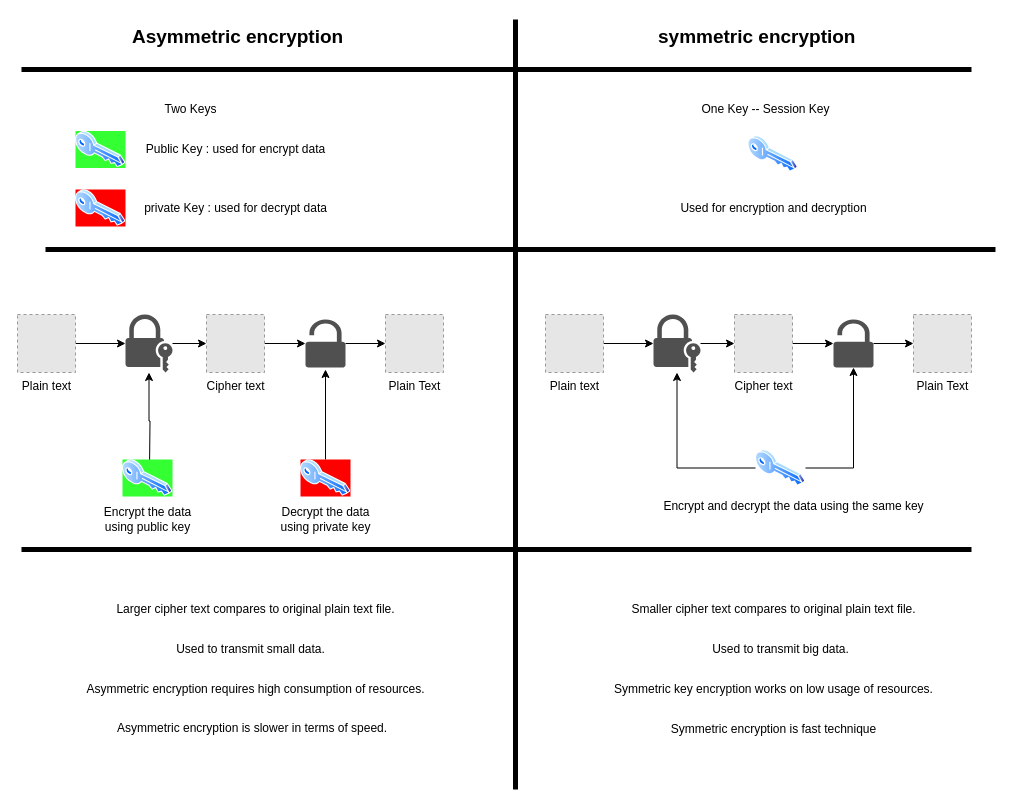
Above: page "Symetric vs Asymetric" (2 of 3) of Untitled Diagram.drawio in Mohamedmtc/Diagrams (draw.io), before the change. Source tidied: cells renumbered, new cells numbered last; positions are measured from the earlier drawing's top-left corner, leaving out a move shared by most shapes. Both pictures are drawn from the tidied source at 100%, with x=0, y=0 at pixel (17, 19). Pictures stored in the file or linked from it are replaced by grey dashed boxes.
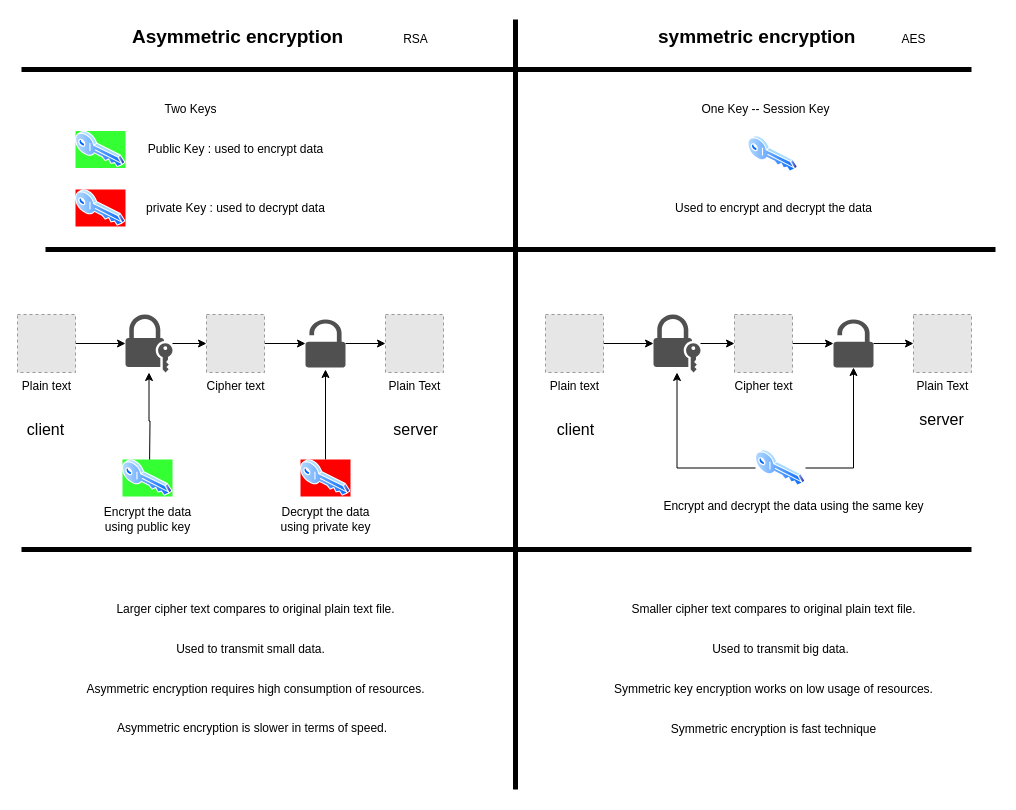
After the change.

The edit, as a diff of the source:
```diff
@@
-    <mxCell id="9" value="Public Key : used for encrypt data" style="text;html=1;align=center;verticalAlign=middle;strokeColor=none;fillColor=none;fontSize=12;" parent="1" vertex="1">
-      <mxGeometry x="118" y="120" width="200" height="20" as="geometry" />
+    <mxCell id="9" value="Public Key : used to encrypt data" style="text;html=1;align=center;verticalAlign=middle;strokeColor=none;fillColor=none;fontSize=12;" parent="1" vertex="1">
+      <mxGeometry x="123" y="120" width="190" height="20" as="geometry" />
     </mxCell>
-    <mxCell id="10" value="private Key : used for decrypt data" style="text;html=1;align=center;verticalAlign=middle;strokeColor=none;fillColor=none;fontSize=12;" parent="1" vertex="1">
-      <mxGeometry x="118" y="178.5" width="200" height="20" as="geometry" />
+    <mxCell id="10" value="private Key : used to decrypt data" style="text;html=1;align=center;verticalAlign=middle;strokeColor=none;fillColor=none;fontSize=12;" parent="1" vertex="1">
+      <mxGeometry x="123" y="178.5" width="190" height="20" as="geometry" />
     </mxCell>
-    <mxCell id="11" value="Used for encryption and decryption" style="text;html=1;align=center;verticalAlign=middle;strokeColor=none;fillColor=none;fontSize=12;" parent="1" vertex="1">
-      <mxGeometry x="655.5" y="178.5" width="200" height="20" as="geometry" />
+    <mxCell id="11" value="Used to encrypt and decrypt the data" style="text;html=1;align=center;verticalAlign=middle;strokeColor=none;fillColor=none;fontSize=12;" parent="1" vertex="1">
+      <mxGeometry x="650.5" y="178.5" width="210" height="20" as="geometry" />
     </mxCell>
@@
+    <mxCell id="52" value="client" style="text;html=1;align=center;verticalAlign=middle;strokeColor=none;fillColor=none;fontSize=16;" parent="1" vertex="1">
+      <mxGeometry x="3" y="400" width="50" height="20" as="geometry" />
+    </mxCell>
+    <mxCell id="53" value="server" style="text;html=1;align=center;verticalAlign=middle;strokeColor=none;fillColor=none;fontSize=16;" parent="1" vertex="1">
+      <mxGeometry x="368" y="400" width="60" height="20" as="geometry" />
+    </mxCell>
+    <mxCell id="54" value="client" style="text;html=1;align=center;verticalAlign=middle;strokeColor=none;fillColor=none;fontSize=16;" parent="1" vertex="1">
+      <mxGeometry x="533" y="400" width="50" height="20" as="geometry" />
+    </mxCell>
+    <mxCell id="55" value="server" style="text;html=1;align=center;verticalAlign=middle;strokeColor=none;fillColor=none;fontSize=16;" parent="1" vertex="1">
+      <mxGeometry x="894" y="390" width="60" height="20" as="geometry" />
+    </mxCell>
+    <mxCell id="56" value="RSA" style="text;html=1;align=center;verticalAlign=middle;strokeColor=none;fillColor=none;fontSize=12;" parent="1" vertex="1">
+      <mxGeometry x="378" y="10" width="40" height="20" as="geometry" />
+    </mxCell>
+    <mxCell id="57" value="AES" style="text;html=1;align=center;verticalAlign=middle;strokeColor=none;fillColor=none;fontSize=12;" parent="1" vertex="1">
+      <mxGeometry x="876" y="10" width="40" height="20" as="geometry" />
+    </mxCell>
```
